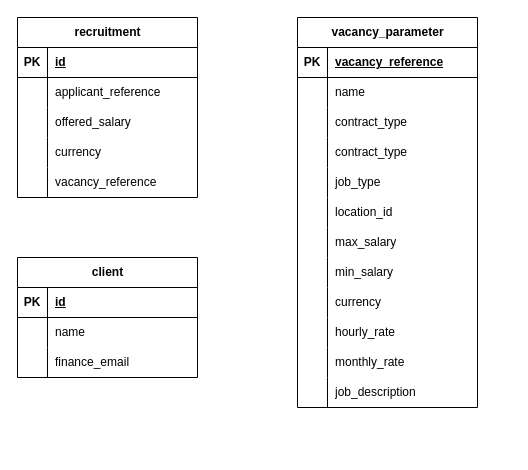
Above: design/invoicing_microservice.drawio in peguses/education (draw.io), before the change. Source tidied: cells renumbered, new cells numbered last; positions are measured from the earlier drawing's top-left corner, leaving out a move shared by most shapes. Both pictures are drawn from the tidied source at 100%, with x=0, y=0 at pixel (17, 17).
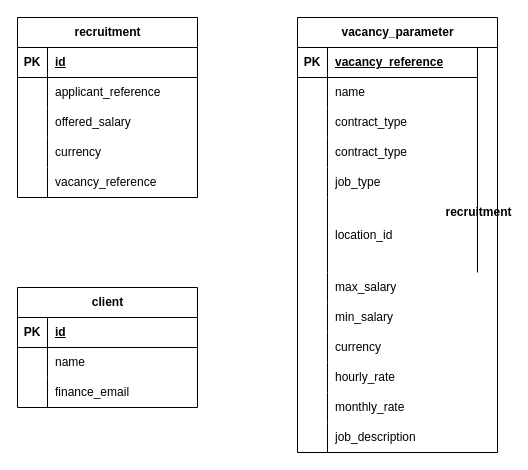
The same page after the edit.

Diff of the diagram source:
```diff
@@
     <mxCell id="18" value="vacancy_parameter" style="shape=table;startSize=30;childLayout=tableLayout;rowLines=0;fontStyle=1;align=center;html=1;" parent="1" vertex="1">
-      <mxGeometry x="280" width="180" height="390" as="geometry" />
+      <mxGeometry x="280" width="200" height="435" as="geometry" />
     </mxCell>
@@
     <mxCell id="34" style="shape=tableRow;horizontal=0;startSize=0;swimlaneHead=0;swimlaneBody=0;fillColor=none;top=0;left=0;right=0;bottom=0;" parent="18" vertex="1">
-      <mxGeometry y="180" width="180" height="30" as="geometry" />
+      <mxGeometry y="180" width="180" height="75" as="geometry" />
     </mxCell>
     <mxCell id="35" style="shape=partialRectangle;fillColor=none;top=0;left=0;bottom=0;right=0;overflow=hidden;whiteSpace=wrap;html=1;" parent="34" vertex="1">
-      <mxGeometry width="30" height="30" as="geometry" />
+      <mxGeometry width="30" height="75" as="geometry" />
     </mxCell>
     <mxCell id="36" value="location_id" style="shape=partialRectangle;fillColor=none;top=0;left=0;bottom=0;right=0;align=left;spacingLeft=6;overflow=hidden;whiteSpace=wrap;html=1;" parent="34" vertex="1">
-      <mxGeometry x="30" width="150" height="30" as="geometry" />
+      <mxGeometry x="30" width="150" height="75" as="geometry" />
     </mxCell>
+    <mxCell id="65" value="recruitment" style="shape=table;startSize=30;childLayout=tableLayout;rowLines=0;fontStyle=1;align=center;html=1;" parent="34" vertex="1">
+      <mxGeometry x="180" height="75" as="geometry" />
+    </mxCell>
     <mxCell id="37" style="shape=tableRow;horizontal=0;startSize=0;swimlaneHead=0;swimlaneBody=0;fillColor=none;top=0;left=0;right=0;bottom=0;" parent="18" vertex="1">
-      <mxGeometry y="210" width="180" height="30" as="geometry" />
+      <mxGeometry y="255" width="180" height="30" as="geometry" />
     </mxCell>
@@
     <mxCell id="40" style="shape=tableRow;horizontal=0;startSize=0;swimlaneHead=0;swimlaneBody=0;fillColor=none;top=0;left=0;right=0;bottom=0;" parent="18" vertex="1">
-      <mxGeometry y="240" width="180" height="30" as="geometry" />
+      <mxGeometry y="285" width="180" height="30" as="geometry" />
     </mxCell>
@@
     <mxCell id="43" style="shape=tableRow;horizontal=0;startSize=0;swimlaneHead=0;swimlaneBody=0;fillColor=none;top=0;left=0;right=0;bottom=0;" parent="18" vertex="1">
-      <mxGeometry y="270" width="180" height="30" as="geometry" />
+      <mxGeometry y="315" width="180" height="30" as="geometry" />
     </mxCell>
@@
     <mxCell id="46" style="shape=tableRow;horizontal=0;startSize=0;swimlaneHead=0;swimlaneBody=0;fillColor=none;top=0;left=0;right=0;bottom=0;" parent="18" vertex="1">
-      <mxGeometry y="300" width="180" height="30" as="geometry" />
+      <mxGeometry y="345" width="180" height="30" as="geometry" />
     </mxCell>
@@
     <mxCell id="49" style="shape=tableRow;horizontal=0;startSize=0;swimlaneHead=0;swimlaneBody=0;fillColor=none;top=0;left=0;right=0;bottom=0;" parent="18" vertex="1">
-      <mxGeometry y="330" width="180" height="30" as="geometry" />
+      <mxGeometry y="375" width="180" height="30" as="geometry" />
     </mxCell>
@@
     <mxCell id="52" style="shape=tableRow;horizontal=0;startSize=0;swimlaneHead=0;swimlaneBody=0;fillColor=none;top=0;left=0;right=0;bottom=0;" parent="18" vertex="1">
-      <mxGeometry y="360" width="180" height="30" as="geometry" />
+      <mxGeometry y="405" width="180" height="30" as="geometry" />
     </mxCell>
@@
     <mxCell id="55" value="client" style="shape=table;startSize=30;childLayout=tableLayout;rowLines=0;fontStyle=1;align=center;html=1;" parent="1" vertex="1">
-      <mxGeometry y="240" width="180" height="120" as="geometry" />
+      <mxGeometry y="270" width="180" height="120" as="geometry" />
     </mxCell>
```
